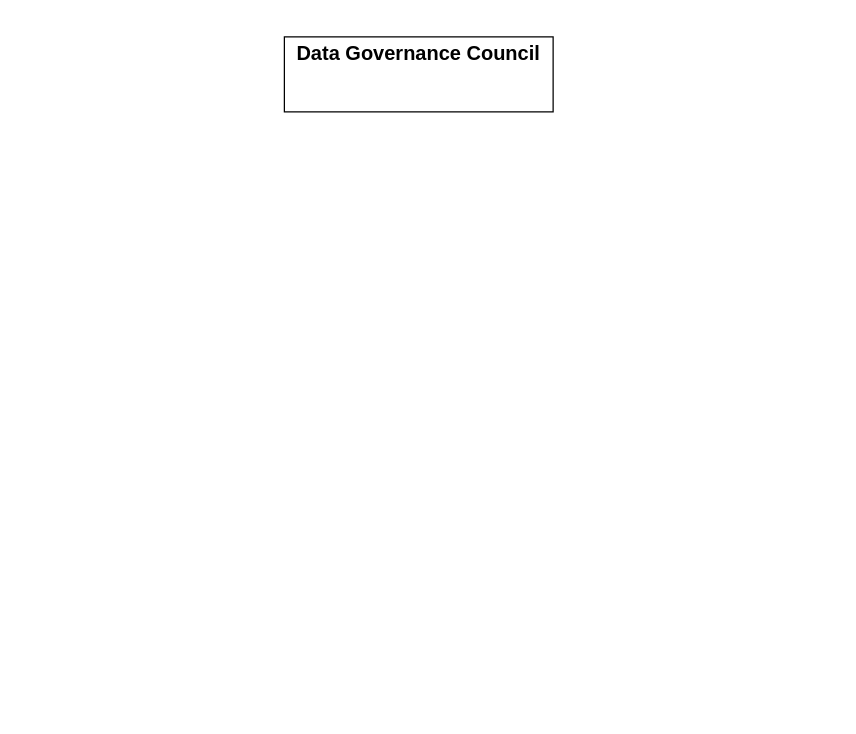
Above: documentation/Untitled Diagram.drawio in Shallom196/Data-Governance-Framework (draw.io), before the change. Source tidied: cells renumbered, new cells numbered last; positions are measured from the earlier drawing's top-left corner, leaving out a move shared by most shapes. Both pictures are drawn from the tidied source at 125%, with x=0, y=0 at pixel (284, 36).
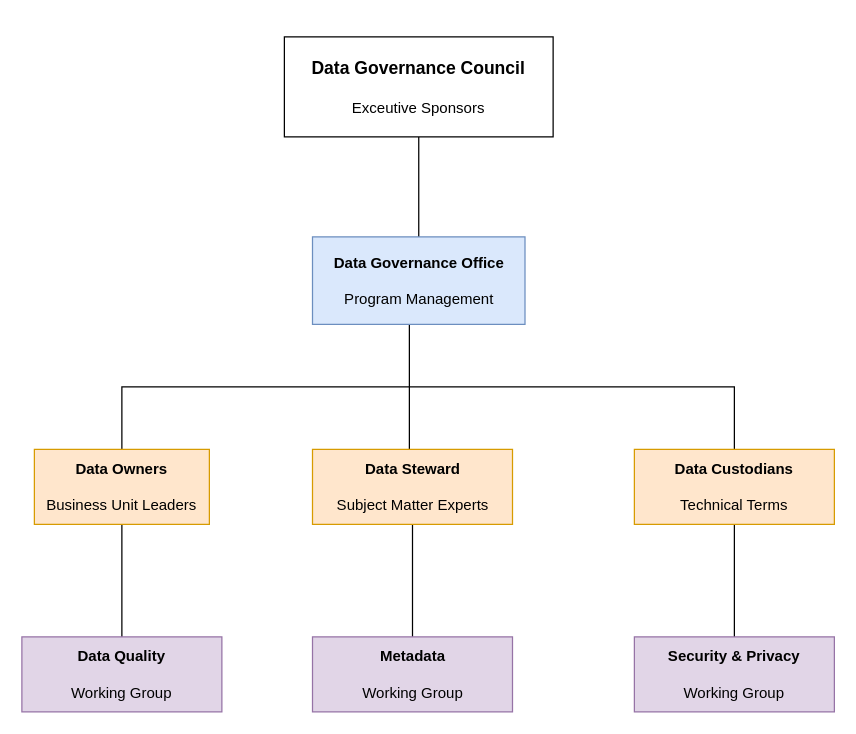
The same page after the edit.

The edit, as a diff of the source:
```diff
@@
 <mxGraphModel>
   <root>
     <mxCell id="0" />
     <mxCell id="1" parent="0" />
+    <mxCell id="3" style="edgeStyle=orthogonalEdgeStyle;rounded=0;jettySize=auto;html=1;endArrow=none;endFill=0;" parent="1" edge="1" source="2" target="5">
+      <mxGeometry relative="1" as="geometry" />
+    </mxCell>
-    <mxCell id="2" value="&lt;h2&gt;&lt;b&gt;&lt;font style=&quot;font-size: 16px;&quot;&gt;Data Governance Council&lt;/font&gt;&lt;/b&gt;&lt;/h2&gt;&lt;div&gt;&lt;b&gt;&lt;font style=&quot;font-size: 16px;&quot;&gt;&lt;br&gt;&lt;/font&gt;&lt;/b&gt;&lt;/div&gt;&lt;div&gt;&lt;br&gt;&lt;/div&gt;" style="whiteSpace=wrap;html=1;" parent="1" vertex="1">
-      <mxGeometry width="215" height="60" as="geometry" />
+    <mxCell id="2" value="&lt;h3&gt;Data Governance Council&lt;/h3&gt;&lt;h3&gt;&lt;span style=&quot;background-color: transparent; color: light-dark(rgb(0, 0, 0), rgb(255, 255, 255)); font-size: 12px; font-weight: normal;&quot;&gt;Exceutive Sponsors&lt;/span&gt;&lt;/h3&gt;" style="whiteSpace=wrap;html=1;" parent="1" vertex="1">
+      <mxGeometry width="215" height="80" as="geometry" />
     </mxCell>
+    <mxCell id="4" style="edgeStyle=orthogonalEdgeStyle;rounded=0;jettySize=auto;html=1;endArrow=none;endFill=0;" parent="1" edge="1" source="5" target="10">
+      <mxGeometry relative="1" as="geometry">
+        <Array as="points">
+          <mxPoint x="100" y="300" />
+          <mxPoint x="100" y="300" />
+        </Array>
+      </mxGeometry>
+    </mxCell>
+    <mxCell id="5" value="Data Governance Office&lt;div&gt;&lt;br&gt;&lt;div&gt;&lt;span style=&quot;font-weight: 400;&quot;&gt;Program Management&lt;/span&gt;&lt;/div&gt;&lt;/div&gt;" style="whiteSpace=wrap;html=1;fillColor=#dae8fc;strokeColor=#6c8ebf;fontStyle=1;" parent="1" vertex="1">
+      <mxGeometry x="22.5" y="160" width="170" height="70" as="geometry" />
+    </mxCell>
+    <mxCell id="6" style="edgeStyle=orthogonalEdgeStyle;rounded=0;jettySize=auto;html=1;exitX=0.5;exitY=0;exitDx=0;exitDy=0;entryX=0.5;entryY=0;entryDx=0;entryDy=0;endArrow=none;endFill=0;" parent="1" edge="1" source="8" target="12">
+      <mxGeometry relative="1" as="geometry">
+        <Array as="points">
+          <mxPoint x="-130" y="280" />
+          <mxPoint x="360" y="280" />
+        </Array>
+      </mxGeometry>
+    </mxCell>
+    <mxCell id="7" style="edgeStyle=orthogonalEdgeStyle;rounded=0;jettySize=auto;html=1;exitX=0.5;exitY=1;exitDx=0;exitDy=0;entryX=0.5;entryY=0;entryDx=0;entryDy=0;endArrow=none;endFill=0;" parent="1" edge="1" source="8" target="13">
+      <mxGeometry relative="1" as="geometry" />
+    </mxCell>
+    <mxCell id="8" value="&lt;b&gt;Data Owners&lt;/b&gt;&lt;div&gt;&lt;b&gt;&lt;br&gt;&lt;/b&gt;&lt;/div&gt;&lt;div&gt;Business Unit Leaders&lt;/div&gt;" style="whiteSpace=wrap;html=1;fillColor=#ffe6cc;strokeColor=#d79b00;" parent="1" vertex="1">
+      <mxGeometry x="-200" y="330" width="140" height="60" as="geometry" />
+    </mxCell>
+    <mxCell id="9" style="edgeStyle=orthogonalEdgeStyle;rounded=0;jettySize=auto;html=1;exitX=0.5;exitY=1;exitDx=0;exitDy=0;entryX=0.5;entryY=0;entryDx=0;entryDy=0;endArrow=none;endFill=0;" parent="1" edge="1" source="10" target="14">
+      <mxGeometry relative="1" as="geometry" />
+    </mxCell>
+    <mxCell id="10" value="&lt;b&gt;Data Steward&lt;/b&gt;&lt;div&gt;&lt;b&gt;&lt;br&gt;&lt;/b&gt;&lt;/div&gt;&lt;div&gt;Subject Matter Experts&lt;/div&gt;" style="whiteSpace=wrap;html=1;fillColor=#ffe6cc;strokeColor=#d79b00;" parent="1" vertex="1">
+      <mxGeometry x="22.5" y="330" width="160" height="60" as="geometry" />
+    </mxCell>
+    <mxCell id="11" style="edgeStyle=orthogonalEdgeStyle;rounded=0;jettySize=auto;html=1;exitX=0.5;exitY=1;exitDx=0;exitDy=0;entryX=0.5;entryY=0;entryDx=0;entryDy=0;endArrow=none;endFill=0;" parent="1" edge="1" source="12" target="15">
+      <mxGeometry relative="1" as="geometry" />
+    </mxCell>
+    <mxCell id="12" value="&lt;b&gt;Data Custodians&lt;/b&gt;&lt;div&gt;&lt;b&gt;&lt;br&gt;&lt;/b&gt;&lt;/div&gt;&lt;div&gt;Technical Terms&lt;/div&gt;" style="whiteSpace=wrap;html=1;fillColor=#ffe6cc;strokeColor=#d79b00;" parent="1" vertex="1">
+      <mxGeometry x="280" y="330" width="160" height="60" as="geometry" />
+    </mxCell>
+    <mxCell id="13" value="&lt;div&gt;&lt;b&gt;Data Quality&lt;/b&gt;&lt;/div&gt;&lt;div&gt;&lt;b&gt;&lt;br&gt;&lt;/b&gt;&lt;/div&gt;&lt;div&gt;Working Group&lt;/div&gt;" style="whiteSpace=wrap;html=1;fillColor=#e1d5e7;strokeColor=#9673a6;" parent="1" vertex="1">
+      <mxGeometry x="-210" y="480" width="160" height="60" as="geometry" />
+    </mxCell>
+    <mxCell id="14" value="&lt;div&gt;&lt;b&gt;Metadata&lt;/b&gt;&lt;/div&gt;&lt;div&gt;&lt;b&gt;&lt;br&gt;&lt;/b&gt;&lt;/div&gt;&lt;div&gt;Working Group&lt;/div&gt;" style="whiteSpace=wrap;html=1;fillColor=#e1d5e7;strokeColor=#9673a6;" parent="1" vertex="1">
+      <mxGeometry x="22.5" y="480" width="160" height="60" as="geometry" />
+    </mxCell>
+    <mxCell id="15" value="&lt;div&gt;&lt;b&gt;Security &amp;amp; Privacy&lt;/b&gt;&lt;/div&gt;&lt;div&gt;&lt;b&gt;&lt;br&gt;&lt;/b&gt;&lt;/div&gt;&lt;div&gt;Working Group&lt;/div&gt;" style="whiteSpace=wrap;html=1;fillColor=#e1d5e7;strokeColor=#9673a6;" parent="1" vertex="1">
+      <mxGeometry x="280" y="480" width="160" height="60" as="geometry" />
+    </mxCell>
   </root>
 </mxGraphModel>
```
